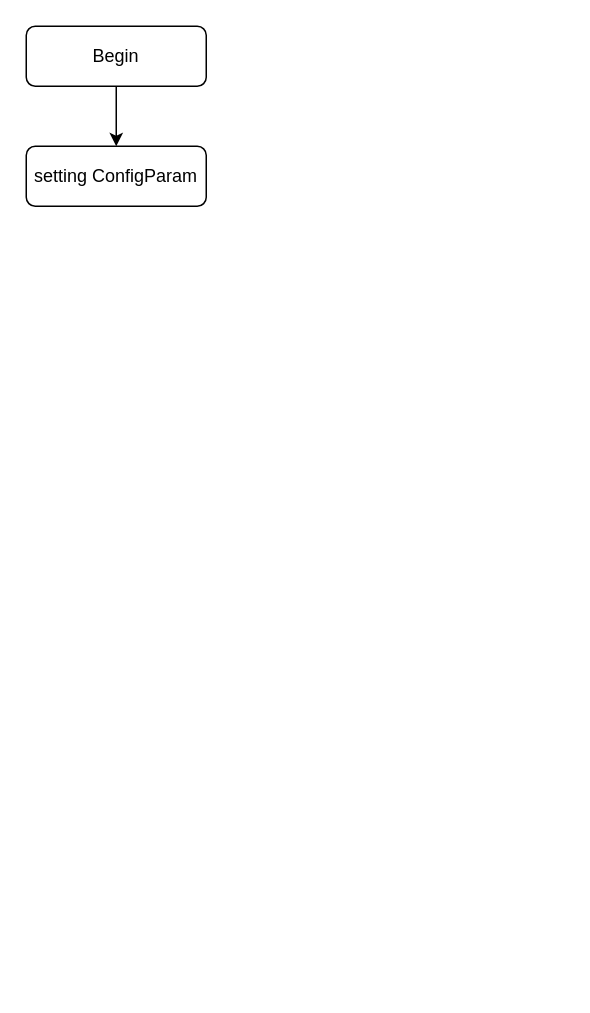
edxuanlen/drawio keeps this draw.io diagram as component.drawio. Above is the earlier version. Source tidied: cells renumbered, new cells numbered last; positions are measured from the earlier drawing's top-left corner, leaving out a move shared by most shapes. Both pictures are drawn from the tidied source at 150%, with x=0, y=0 at pixel (26, 26).
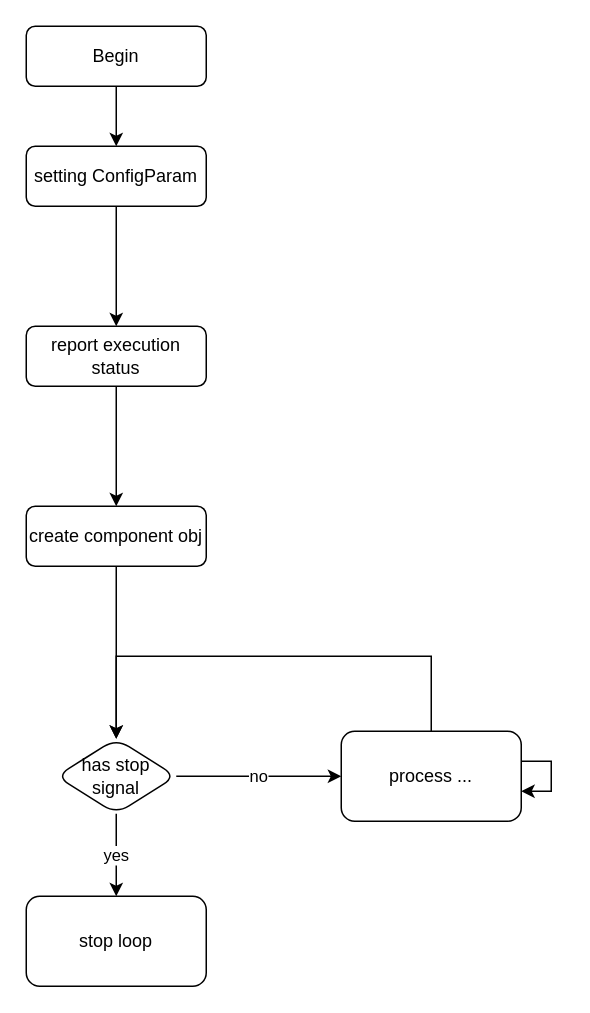
After the change.

Diff of the diagram source:
```diff
@@
 <mxGraphModel>
   <root>
     <mxCell id="0" />
     <mxCell id="1" parent="0" />
     <mxCell id="2" style="edgeStyle=orthogonalEdgeStyle;rounded=0;jettySize=auto;html=1;" parent="1" edge="1" source="3" target="4">
       <mxGeometry relative="1" as="geometry" />
     </mxCell>
     <mxCell id="3" value="Begin" style="rounded=1;whiteSpace=wrap;html=1;fontSize=12;glass=0;strokeWidth=1;shadow=0;" parent="1" vertex="1">
       <mxGeometry width="120" height="40" as="geometry" />
     </mxCell>
+    <mxCell id="5" style="edgeStyle=orthogonalEdgeStyle;rounded=0;jettySize=auto;html=1;" parent="1" edge="1" source="4" target="7">
+      <mxGeometry relative="1" as="geometry" />
+    </mxCell>
     <mxCell id="4" value="setting ConfigParam" style="rounded=1;whiteSpace=wrap;html=1;fontSize=12;glass=0;strokeWidth=1;shadow=0;" parent="1" vertex="1">
       <mxGeometry y="80" width="120" height="40" as="geometry" />
     </mxCell>
+    <mxCell id="6" style="edgeStyle=orthogonalEdgeStyle;rounded=0;jettySize=auto;html=1;" parent="1" edge="1" source="7" target="9">
+      <mxGeometry relative="1" as="geometry" />
+    </mxCell>
+    <mxCell id="7" value="report execution status" style="rounded=1;whiteSpace=wrap;html=1;fontSize=12;glass=0;strokeWidth=1;shadow=0;" parent="1" vertex="1">
+      <mxGeometry y="200" width="120" height="40" as="geometry" />
+    </mxCell>
+    <mxCell id="8" style="edgeStyle=orthogonalEdgeStyle;rounded=0;jettySize=auto;html=1;" parent="1" edge="1" source="9" target="12">
+      <mxGeometry relative="1" as="geometry" />
+    </mxCell>
+    <mxCell id="9" value="create component obj" style="rounded=1;whiteSpace=wrap;html=1;fontSize=12;glass=0;strokeWidth=1;shadow=0;" parent="1" vertex="1">
+      <mxGeometry y="320" width="120" height="40" as="geometry" />
+    </mxCell>
+    <mxCell id="10" value="yes" style="edgeStyle=orthogonalEdgeStyle;rounded=0;jettySize=auto;html=1;" parent="1" edge="1" source="12" target="13">
+      <mxGeometry relative="1" as="geometry" />
+    </mxCell>
+    <mxCell id="11" value="no" style="edgeStyle=orthogonalEdgeStyle;rounded=0;jettySize=auto;html=1;" parent="1" edge="1" source="12" target="15">
+      <mxGeometry relative="1" as="geometry" />
+    </mxCell>
+    <mxCell id="12" value="has stop signal" style="rhombus;whiteSpace=wrap;html=1;rounded=1;glass=0;strokeWidth=1;shadow=0;" parent="1" vertex="1">
+      <mxGeometry x="20" y="475" width="80" height="50" as="geometry" />
+    </mxCell>
+    <mxCell id="13" value="stop loop" style="whiteSpace=wrap;html=1;rounded=1;glass=0;strokeWidth=1;shadow=0;" parent="1" vertex="1">
+      <mxGeometry y="580" width="120" height="60" as="geometry" />
+    </mxCell>
+    <mxCell id="14" style="edgeStyle=orthogonalEdgeStyle;rounded=0;jettySize=auto;html=1;entryX=0.5;entryY=0;entryDx=0;entryDy=0;" parent="1" edge="1" source="15" target="12">
+      <mxGeometry relative="1" as="geometry">
+        <Array as="points">
+          <mxPoint x="270" y="420" />
+          <mxPoint x="60" y="420" />
+        </Array>
+      </mxGeometry>
+    </mxCell>
+    <mxCell id="15" value="process ..." style="whiteSpace=wrap;html=1;rounded=1;glass=0;strokeWidth=1;shadow=0;" parent="1" vertex="1">
+      <mxGeometry x="210" y="470" width="120" height="60" as="geometry" />
+    </mxCell>
+    <mxCell id="16" style="edgeStyle=orthogonalEdgeStyle;rounded=0;orthogonalLoop=1;jettySize=auto;html=1;" parent="1" edge="1" source="15" target="15">
+      <mxGeometry relative="1" as="geometry" />
+    </mxCell>
   </root>
 </mxGraphModel>
```
